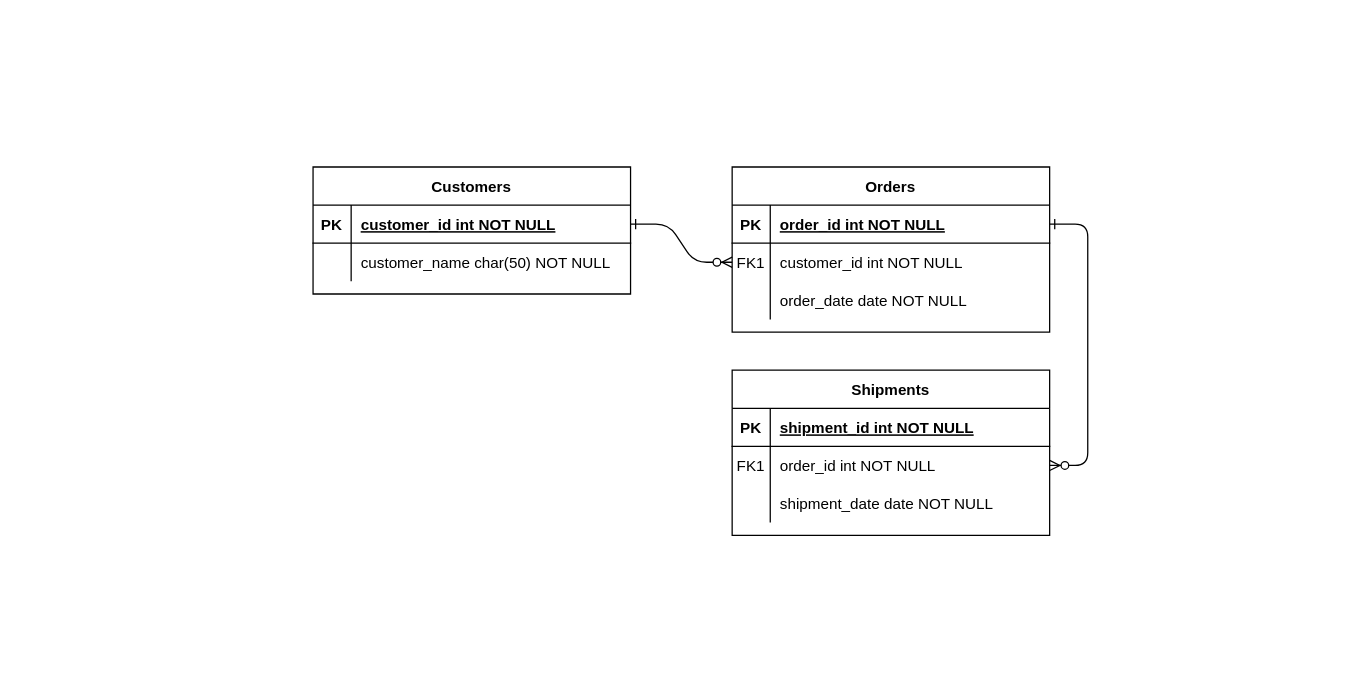
Fernando-Zhunio/gestion-registro keeps this draw.io diagram as Diagrama sin título.drawio. Above is the earlier version. Source tidied: cells renumbered, new cells numbered last; positions are measured from the earlier drawing's top-left corner, leaving out a move shared by most shapes. Both pictures are drawn from the tidied source at 127%, with x=0, y=0 at pixel (312, 166).
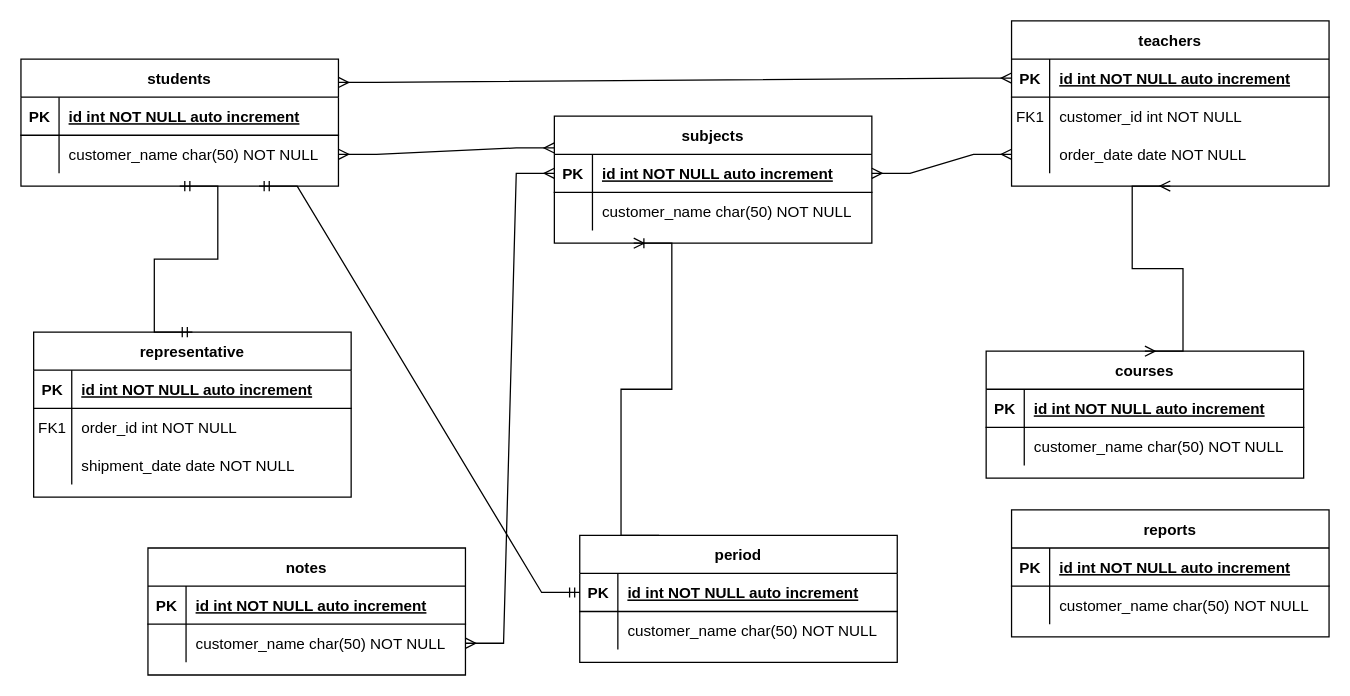
After the change.

Commit message:
gestion de registro db

The change refers to these unchanged cells:
```xml
<mxCell id="5" style="shape=partialRectangle;fillColor=none;points=[[0,0.5],[1,0.5]];portConstraint=eastwest;top=0;left=0;right=0;bottom=1;" parent="4" vertex="1">
  <mxGeometry y="30" width="250" height="30" as="geometry" />
</mxCell>
<mxCell id="8" style="shape=partialRectangle;fillColor=none;points=[[0,0.5],[1,0.5]];portConstraint=eastwest;top=0;left=0;right=0;bottom=0;" parent="4" vertex="1">
  <mxGeometry y="60" width="250" height="30" as="geometry" />
</mxCell>
<mxCell id="11" style="shape=partialRectangle;fillColor=none;points=[[0,0.5],[1,0.5]];portConstraint=eastwest;top=0;left=0;right=0;bottom=0;" parent="4" vertex="1">
  <mxGeometry y="90" width="250" height="30" as="geometry" />
</mxCell>
<mxCell id="15" style="shape=partialRectangle;fillColor=none;top=0;left=0;right=0;bottom=1;" parent="14" vertex="1">
  <mxGeometry y="30" width="250" height="30" as="geometry" />
</mxCell>
<mxCell id="18" style="shape=partialRectangle;fillColor=none;points=[[0,0.5],[1,0.5]];portConstraint=eastwest;top=0;left=0;right=0;bottom=0;" parent="14" vertex="1">
  <mxGeometry y="60" width="250" height="30" as="geometry" />
</mxCell>
<mxCell id="25" style="shape=partialRectangle;fillColor=none;points=[[0,0.5],[1,0.5]];portConstraint=eastwest;top=0;left=0;right=0;bottom=1;" parent="24" vertex="1">
  <mxGeometry y="30" width="250" height="30" as="geometry" />
</mxCell>
<mxCell id="28" style="shape=partialRectangle;fillColor=none;points=[[0,0.5],[1,0.5]];portConstraint=eastwest;top=0;left=0;right=0;bottom=0;" parent="24" vertex="1">
  <mxGeometry y="60" width="250" height="30" as="geometry" />
</mxCell>
```

The edit, as a diff of the source:
```diff
@@
-    <mxCell id="2" style="edgeStyle=entityRelationEdgeStyle;endArrow=ERzeroToMany;startArrow=ERone;endFill=1;startFill=0;" parent="1" edge="1" source="25" target="8">
-      <mxGeometry relative="1" as="geometry" />
-    </mxCell>
-    <mxCell id="3" style="edgeStyle=entityRelationEdgeStyle;endArrow=ERzeroToMany;startArrow=ERone;endFill=1;startFill=0;" parent="1" edge="1" source="5" target="18">
-      <mxGeometry relative="1" as="geometry" />
-    </mxCell>
-    <mxCell id="4" value="Orders" style="shape=table;startSize=30;childLayout=tableLayout;rowLines=0;fontStyle=1;align=center;" parent="1" vertex="1">
-      <mxGeometry x="330" width="250" height="130" as="geometry" />
+    <mxCell id="4" value="teachers" style="shape=table;startSize=30;childLayout=tableLayout;rowLines=0;fontStyle=1;align=center;" parent="1" vertex="1">
+      <mxGeometry x="550" y="-115" width="250" height="130" as="geometry" />
     </mxCell>
@@
-    <mxCell id="7" value="order_id int NOT NULL " style="shape=partialRectangle;overflow=hidden;fillColor=none;top=0;left=0;bottom=0;right=0;align=left;spacingLeft=6;fontStyle=5;" parent="5" vertex="1">
+    <mxCell id="7" value="id int NOT NULL auto increment" style="shape=partialRectangle;overflow=hidden;fillColor=none;top=0;left=0;bottom=0;right=0;align=left;spacingLeft=6;fontStyle=5;" parent="5" vertex="1">
       <mxGeometry x="30" width="220" height="30" as="geometry" />
     </mxCell>
@@
-    <mxCell id="14" value="Shipments" style="shape=table;startSize=30;childLayout=tableLayout;rowLines=0;fontStyle=1;align=center;" parent="1" vertex="1">
-      <mxGeometry x="330" y="160" width="250" height="130" as="geometry" />
+    <mxCell id="14" value="representative" style="shape=table;startSize=30;childLayout=tableLayout;rowLines=0;fontStyle=1;align=center;" parent="1" vertex="1">
+      <mxGeometry x="-220" y="130" width="250" height="130" as="geometry" />
     </mxCell>
@@
-    <mxCell id="17" value="shipment_id int NOT NULL " style="shape=partialRectangle;overflow=hidden;fillColor=none;top=0;left=0;bottom=0;right=0;align=left;spacingLeft=6;fontStyle=5;" parent="15" vertex="1">
+    <mxCell id="17" value="id int NOT NULL auto increment" style="shape=partialRectangle;overflow=hidden;fillColor=none;top=0;left=0;bottom=0;right=0;align=left;spacingLeft=6;fontStyle=5;" parent="15" vertex="1">
       <mxGeometry x="30" width="220" height="30" as="geometry" />
     </mxCell>
@@
-    <mxCell id="24" value="Customers" style="shape=table;startSize=30;childLayout=tableLayout;rowLines=0;fontStyle=1;align=center;" parent="1" vertex="1">
-      <mxGeometry width="250" height="100" as="geometry" />
+    <mxCell id="24" value="students" style="shape=table;startSize=30;childLayout=tableLayout;rowLines=0;fontStyle=1;align=center;" parent="1" vertex="1">
+      <mxGeometry x="-230" y="-85" width="250" height="100" as="geometry" />
     </mxCell>
@@
-    <mxCell id="27" value="customer_id int NOT NULL " style="shape=partialRectangle;overflow=hidden;fillColor=none;top=0;left=0;bottom=0;right=0;align=left;spacingLeft=6;fontStyle=5;" parent="25" vertex="1">
+    <mxCell id="27" value="id int NOT NULL auto increment" style="shape=partialRectangle;overflow=hidden;fillColor=none;top=0;left=0;bottom=0;right=0;align=left;spacingLeft=6;fontStyle=5;" parent="25" vertex="1">
       <mxGeometry x="30" width="220" height="30" as="geometry" />
     </mxCell>
@@
+    <mxCell id="31" value="subjects" style="shape=table;startSize=30;childLayout=tableLayout;rowLines=0;fontStyle=1;align=center;" parent="1" vertex="1">
+      <mxGeometry x="190" y="-40" width="250" height="100" as="geometry" />
+    </mxCell>
+    <mxCell id="32" style="shape=partialRectangle;fillColor=none;points=[[0,0.5],[1,0.5]];portConstraint=eastwest;top=0;left=0;right=0;bottom=1;" parent="31" vertex="1">
+      <mxGeometry y="30" width="250" height="30" as="geometry" />
+    </mxCell>
+    <mxCell id="33" value="PK" style="shape=partialRectangle;overflow=hidden;fillColor=none;top=0;left=0;bottom=0;right=0;fontStyle=1;" parent="32" vertex="1">
+      <mxGeometry width="30" height="30" as="geometry" />
+    </mxCell>
+    <mxCell id="34" value="id int NOT NULL auto increment" style="shape=partialRectangle;overflow=hidden;fillColor=none;top=0;left=0;bottom=0;right=0;align=left;spacingLeft=6;fontStyle=5;" parent="32" vertex="1">
+      <mxGeometry x="30" width="220" height="30" as="geometry" />
+    </mxCell>
+    <mxCell id="35" style="shape=partialRectangle;fillColor=none;top=0;left=0;right=0;bottom=0;" parent="31" vertex="1">
+      <mxGeometry y="60" width="250" height="30" as="geometry" />
+    </mxCell>
+    <mxCell id="36" style="shape=partialRectangle;overflow=hidden;fillColor=none;top=0;left=0;bottom=0;right=0;" parent="35" vertex="1">
+      <mxGeometry width="30" height="30" as="geometry" />
+    </mxCell>
+    <mxCell id="37" value="customer_name char(50) NOT NULL" style="shape=partialRectangle;overflow=hidden;fillColor=none;top=0;left=0;bottom=0;right=0;align=left;spacingLeft=6;" parent="35" vertex="1">
+      <mxGeometry x="30" width="220" height="30" as="geometry" />
+    </mxCell>
+    <mxCell id="38" value="courses" style="shape=table;startSize=30;childLayout=tableLayout;rowLines=0;fontStyle=1;align=center;" parent="1" vertex="1">
+      <mxGeometry x="530" y="145" width="250" height="100" as="geometry" />
+    </mxCell>
+    <mxCell id="39" style="shape=partialRectangle;fillColor=none;top=0;left=0;right=0;bottom=1;" parent="38" vertex="1">
+      <mxGeometry y="30" width="250" height="30" as="geometry" />
+    </mxCell>
+    <mxCell id="40" value="PK" style="shape=partialRectangle;overflow=hidden;fillColor=none;top=0;left=0;bottom=0;right=0;fontStyle=1;" parent="39" vertex="1">
+      <mxGeometry width="30" height="30" as="geometry" />
+    </mxCell>
+    <mxCell id="41" value="id int NOT NULL auto increment" style="shape=partialRectangle;overflow=hidden;fillColor=none;top=0;left=0;bottom=0;right=0;align=left;spacingLeft=6;fontStyle=5;" parent="39" vertex="1">
+      <mxGeometry x="30" width="220" height="30" as="geometry" />
+    </mxCell>
+    <mxCell id="42" style="shape=partialRectangle;fillColor=none;top=0;left=0;right=0;bottom=0;" parent="38" vertex="1">
+      <mxGeometry y="60" width="250" height="30" as="geometry" />
+    </mxCell>
+    <mxCell id="43" style="shape=partialRectangle;overflow=hidden;fillColor=none;top=0;left=0;bottom=0;right=0;" parent="42" vertex="1">
+      <mxGeometry width="30" height="30" as="geometry" />
+    </mxCell>
+    <mxCell id="44" value="customer_name char(50) NOT NULL" style="shape=partialRectangle;overflow=hidden;fillColor=none;top=0;left=0;bottom=0;right=0;align=left;spacingLeft=6;" parent="42" vertex="1">
+      <mxGeometry x="30" width="220" height="30" as="geometry" />
+    </mxCell>
+    <mxCell id="45" value="reports" style="shape=table;startSize=30;childLayout=tableLayout;rowLines=0;fontStyle=1;align=center;" parent="1" vertex="1">
+      <mxGeometry x="550" y="270" width="250" height="100" as="geometry" />
+    </mxCell>
+    <mxCell id="46" style="shape=partialRectangle;fillColor=none;top=0;left=0;right=0;bottom=1;" parent="45" vertex="1">
+      <mxGeometry y="30" width="250" height="30" as="geometry" />
+    </mxCell>
+    <mxCell id="47" value="PK" style="shape=partialRectangle;overflow=hidden;fillColor=none;top=0;left=0;bottom=0;right=0;fontStyle=1;" parent="46" vertex="1">
+      <mxGeometry width="30" height="30" as="geometry" />
+    </mxCell>
+    <mxCell id="48" value="id int NOT NULL auto increment" style="shape=partialRectangle;overflow=hidden;fillColor=none;top=0;left=0;bottom=0;right=0;align=left;spacingLeft=6;fontStyle=5;" parent="46" vertex="1">
+      <mxGeometry x="30" width="220" height="30" as="geometry" />
+    </mxCell>
+    <mxCell id="49" style="shape=partialRectangle;fillColor=none;top=0;left=0;right=0;bottom=0;" parent="45" vertex="1">
+      <mxGeometry y="60" width="250" height="30" as="geometry" />
+    </mxCell>
+    <mxCell id="50" style="shape=partialRectangle;overflow=hidden;fillColor=none;top=0;left=0;bottom=0;right=0;" parent="49" vertex="1">
+      <mxGeometry width="30" height="30" as="geometry" />
+    </mxCell>
+    <mxCell id="51" value="customer_name char(50) NOT NULL" style="shape=partialRectangle;overflow=hidden;fillColor=none;top=0;left=0;bottom=0;right=0;align=left;spacingLeft=6;" parent="49" vertex="1">
+      <mxGeometry x="30" width="220" height="30" as="geometry" />
+    </mxCell>
+    <mxCell id="52" value="period" style="shape=table;startSize=30;childLayout=tableLayout;rowLines=0;fontStyle=1;align=center;" parent="1" vertex="1">
+      <mxGeometry x="210" y="290" width="250" height="100" as="geometry" />
+    </mxCell>
+    <mxCell id="53" style="shape=partialRectangle;fillColor=none;points=[[0,0.5],[1,0.5]];portConstraint=eastwest;top=0;left=0;right=0;bottom=1;" parent="52" vertex="1">
+      <mxGeometry y="30" width="250" height="30" as="geometry" />
+    </mxCell>
+    <mxCell id="54" value="PK" style="shape=partialRectangle;overflow=hidden;fillColor=none;top=0;left=0;bottom=0;right=0;fontStyle=1;" parent="53" vertex="1">
+      <mxGeometry width="30" height="30" as="geometry" />
+    </mxCell>
+    <mxCell id="55" value="id int NOT NULL auto increment" style="shape=partialRectangle;overflow=hidden;fillColor=none;top=0;left=0;bottom=0;right=0;align=left;spacingLeft=6;fontStyle=5;" parent="53" vertex="1">
+      <mxGeometry x="30" width="220" height="30" as="geometry" />
+    </mxCell>
+    <mxCell id="56" style="shape=partialRectangle;fillColor=none;top=0;left=0;right=0;bottom=0;" parent="52" vertex="1">
+      <mxGeometry y="60" width="250" height="30" as="geometry" />
+    </mxCell>
+    <mxCell id="57" style="shape=partialRectangle;overflow=hidden;fillColor=none;top=0;left=0;bottom=0;right=0;" parent="56" vertex="1">
+      <mxGeometry width="30" height="30" as="geometry" />
+    </mxCell>
+    <mxCell id="58" value="customer_name char(50) NOT NULL" style="shape=partialRectangle;overflow=hidden;fillColor=none;top=0;left=0;bottom=0;right=0;align=left;spacingLeft=6;" parent="56" vertex="1">
+      <mxGeometry x="30" width="220" height="30" as="geometry" />
+    </mxCell>
+    <mxCell id="59" value="notes" style="shape=table;startSize=30;childLayout=tableLayout;rowLines=0;fontStyle=1;align=center;" parent="1" vertex="1">
+      <mxGeometry x="-130" y="300" width="250" height="100" as="geometry" />
+    </mxCell>
+    <mxCell id="60" style="shape=partialRectangle;fillColor=none;top=0;left=0;right=0;bottom=1;" parent="59" vertex="1">
+      <mxGeometry y="30" width="250" height="30" as="geometry" />
+    </mxCell>
+    <mxCell id="61" value="PK" style="shape=partialRectangle;overflow=hidden;fillColor=none;top=0;left=0;bottom=0;right=0;fontStyle=1;" parent="60" vertex="1">
+      <mxGeometry width="30" height="30" as="geometry" />
+    </mxCell>
+    <mxCell id="62" value="id int NOT NULL auto increment" style="shape=partialRectangle;overflow=hidden;fillColor=none;top=0;left=0;bottom=0;right=0;align=left;spacingLeft=6;fontStyle=5;" parent="60" vertex="1">
+      <mxGeometry x="30" width="220" height="30" as="geometry" />
+    </mxCell>
+    <mxCell id="63" style="shape=partialRectangle;fillColor=none;points=[[0,0.5],[1,0.5]];portConstraint=eastwest;top=0;left=0;right=0;bottom=0;" parent="59" vertex="1">
+      <mxGeometry y="60" width="250" height="30" as="geometry" />
+    </mxCell>
+    <mxCell id="64" style="shape=partialRectangle;overflow=hidden;fillColor=none;top=0;left=0;bottom=0;right=0;" parent="63" vertex="1">
+      <mxGeometry width="30" height="30" as="geometry" />
+    </mxCell>
+    <mxCell id="65" value="customer_name char(50) NOT NULL" style="shape=partialRectangle;overflow=hidden;fillColor=none;top=0;left=0;bottom=0;right=0;align=left;spacingLeft=6;" parent="63" vertex="1">
+      <mxGeometry x="30" width="220" height="30" as="geometry" />
+    </mxCell>
+    <mxCell id="66" style="edgeStyle=entityRelationEdgeStyle;fontSize=12;html=1;endArrow=ERmany;startArrow=ERmany;rounded=0;exitX=1;exitY=0.184;exitDx=0;exitDy=0;exitPerimeter=0;entryX=0;entryY=0.5;entryDx=0;entryDy=0;" parent="1" edge="1" source="24" target="5">
+      <mxGeometry relative="1" as="geometry" />
+    </mxCell>
+    <mxCell id="67" style="edgeStyle=entityRelationEdgeStyle;fontSize=12;html=1;endArrow=ERmany;startArrow=ERmany;rounded=0;entryX=0;entryY=0.5;entryDx=0;entryDy=0;exitX=1;exitY=0.5;exitDx=0;exitDy=0;" parent="1" edge="1" source="32" target="11">
+      <mxGeometry relative="1" as="geometry" />
+    </mxCell>
+    <mxCell id="68" style="edgeStyle=entityRelationEdgeStyle;fontSize=12;html=1;endArrow=ERmany;startArrow=ERmany;rounded=0;exitX=1;exitY=0.5;exitDx=0;exitDy=0;entryX=0;entryY=0.5;entryDx=0;entryDy=0;" parent="1" edge="1" source="63" target="32">
+      <mxGeometry relative="1" as="geometry" />
+    </mxCell>
+    <mxCell id="69" style="edgeStyle=entityRelationEdgeStyle;fontSize=12;html=1;endArrow=ERmany;startArrow=ERmany;rounded=0;exitX=1;exitY=0.5;exitDx=0;exitDy=0;entryX=0;entryY=0.25;entryDx=0;entryDy=0;" parent="1" edge="1" source="28" target="31">
+      <mxGeometry relative="1" as="geometry" />
+    </mxCell>
+    <mxCell id="70" style="edgeStyle=entityRelationEdgeStyle;fontSize=12;html=1;endArrow=ERmany;startArrow=ERmany;rounded=0;entryX=0.5;entryY=0;entryDx=0;entryDy=0;exitX=0.5;exitY=1;exitDx=0;exitDy=0;" parent="1" edge="1" source="4" target="38">
+      <mxGeometry relative="1" as="geometry" />
+    </mxCell>
+    <mxCell id="71" style="edgeStyle=entityRelationEdgeStyle;fontSize=12;html=1;endArrow=ERmandOne;startArrow=ERmandOne;rounded=0;exitX=0.5;exitY=0;exitDx=0;exitDy=0;entryX=0.5;entryY=1;entryDx=0;entryDy=0;" parent="1" edge="1" source="14" target="24">
+      <mxGeometry relative="1" as="geometry" />
+    </mxCell>
+    <mxCell id="72" style="edgeStyle=entityRelationEdgeStyle;fontSize=12;html=1;endArrow=ERmandOne;startArrow=ERmandOne;rounded=0;exitX=0;exitY=0.5;exitDx=0;exitDy=0;entryX=0.75;entryY=1;entryDx=0;entryDy=0;" parent="1" edge="1" source="53" target="24">
+      <mxGeometry relative="1" as="geometry" />
+    </mxCell>
+    <mxCell id="73" style="edgeStyle=entityRelationEdgeStyle;fontSize=12;html=1;endArrow=ERoneToMany;rounded=0;exitX=0.25;exitY=0;exitDx=0;exitDy=0;entryX=0.25;entryY=1;entryDx=0;entryDy=0;" parent="1" edge="1" source="52" target="31">
+      <mxGeometry relative="1" as="geometry" />
+    </mxCell>
```
